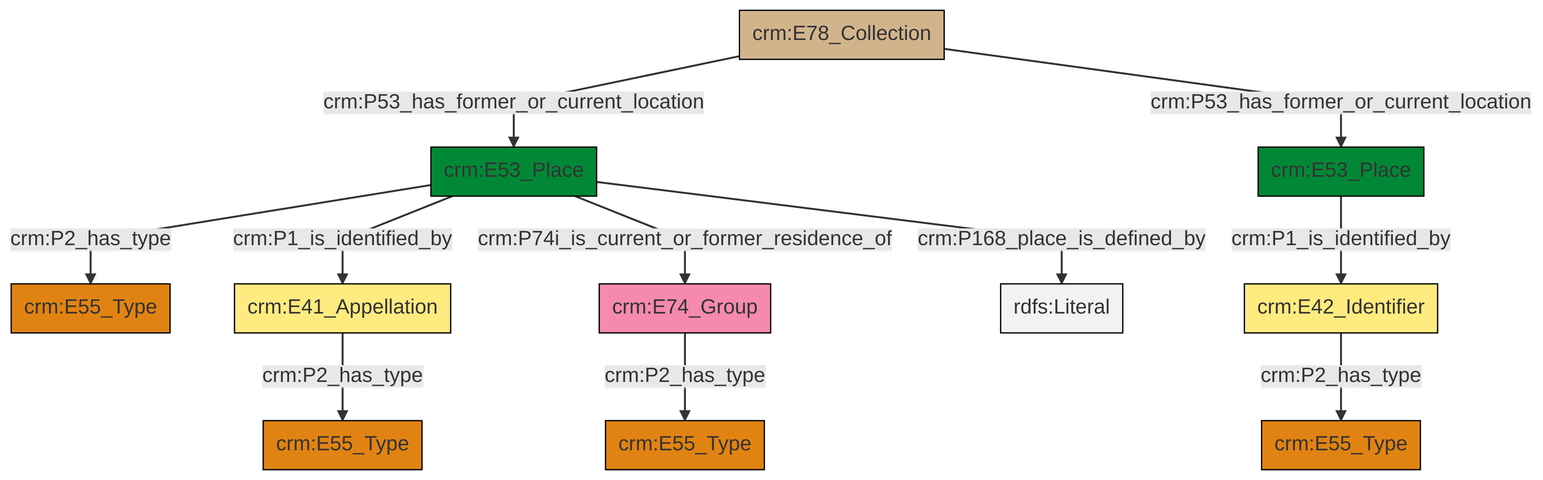
This is et/archivalCSV/ttl/mmd/png/archival_location.png from swiss-art-research-net/docs.swissartresearch, a Mermaid export, as it was before one commit. Its source is kept beside it as et/archivalCSV/ttl/mmd/archival_location.ttl.mmd.
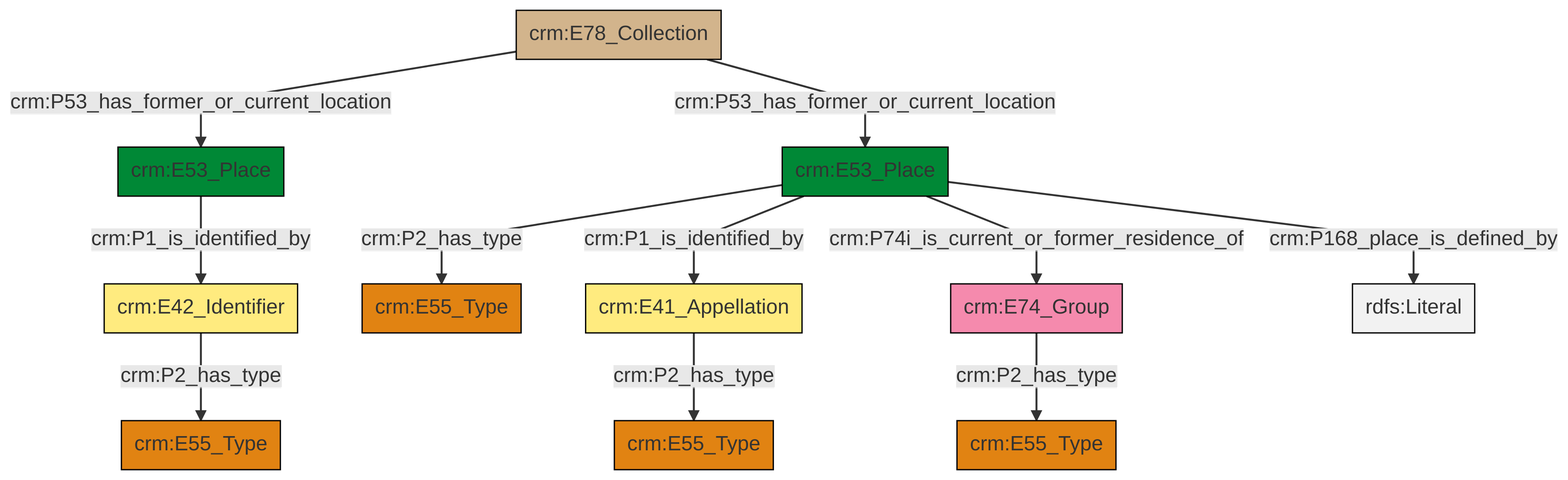
The same file after the commit.

The edit, as a diff of the source:
```diff
@@ -13,13 +13,13 @@
 classDef PC_Classes fill:#4ce600, stroke:#000000;
 classDef Multi fill:#cccccc,stroke:#000000;
 
-0["crm:E53_Place"]:::Place -->|crm:P2_has_type| 1["crm:E55_Type"]:::Type
-6["crm:E53_Place"]:::Place -->|crm:P1_is_identified_by| 7["crm:E42_Identifier"]:::Appellation
-8["crm:E41_Appellation"]:::Appellation -->|crm:P2_has_type| 4["crm:E55_Type"]:::Type
-7["crm:E42_Identifier"]:::Appellation -->|crm:P2_has_type| 2["crm:E55_Type"]:::Type
-0["crm:E53_Place"]:::Place -->|crm:P1_is_identified_by| 8["crm:E41_Appellation"]:::Appellation
-12["crm:E74_Group"]:::Actor -->|crm:P2_has_type| 13["crm:E55_Type"]:::Type
-15["crm:E78_Collection"]:::Physical_Thing -->|crm:P53_has_former_or_current_location| 0["crm:E53_Place"]:::Place
-0["crm:E53_Place"]:::Place -->|crm:P74i_is_current_or_former_residence_of| 12["crm:E74_Group"]:::Actor
-15["crm:E78_Collection"]:::Physical_Thing -->|crm:P53_has_former_or_current_location| 6["crm:E53_Place"]:::Place
-0["crm:E53_Place"]:::Place -->|crm:P168_place_is_defined_by| 24[rdfs:Literal]:::Literal
+2["crm:E78_Collection"]:::Physical_Thing -->|crm:P53_has_former_or_current_location| 3["crm:E53_Place"]:::Place
+4["crm:E74_Group"]:::Actor -->|crm:P2_has_type| 5["crm:E55_Type"]:::Type
+7["crm:E53_Place"]:::Place -->|crm:P2_has_type| 8["crm:E55_Type"]:::Type
+7["crm:E53_Place"]:::Place -->|crm:P1_is_identified_by| 10["crm:E41_Appellation"]:::Appellation
+13["crm:E42_Identifier"]:::Appellation -->|crm:P2_has_type| 0["crm:E55_Type"]:::Type
+7["crm:E53_Place"]:::Place -->|crm:P74i_is_current_or_former_residence_of| 4["crm:E74_Group"]:::Actor
+2["crm:E78_Collection"]:::Physical_Thing -->|crm:P53_has_former_or_current_location| 7["crm:E53_Place"]:::Place
+7["crm:E53_Place"]:::Place -->|crm:P168_place_is_defined_by| 17[rdfs:Literal]:::Literal
+10["crm:E41_Appellation"]:::Appellation -->|crm:P2_has_type| 11["crm:E55_Type"]:::Type
+3["crm:E53_Place"]:::Place -->|crm:P1_is_identified_by| 13["crm:E42_Identifier"]:::Appellation
```
